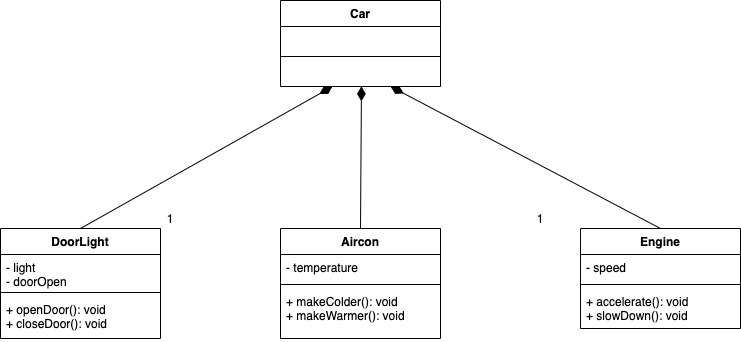
Earlier version of the draw.io export SOLID/S/Single Responsibility Class Diagram.png (smitbmx/Architecture-Diagrams). Source tidied: cells renumbered, new cells last; positions are measured from the earlier drawing's top-left corner, leaving out a move shared by most shapes.
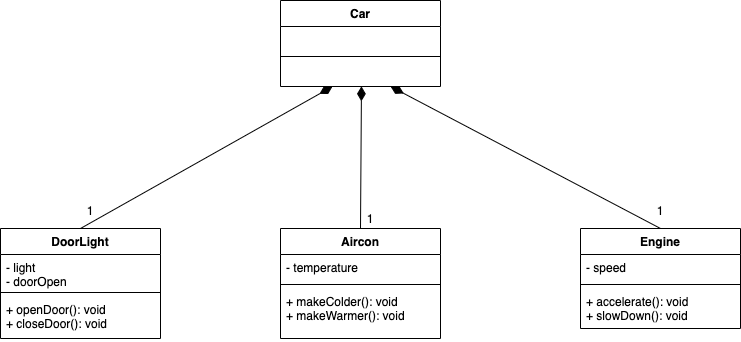
The same diagram one commit later.

Change to the diagram source:
```diff
@@ -45,10 +45,10 @@
       <mxGeometry relative="1" as="geometry" />
     </mxCell>
     <mxCell id="16" value="1" style="text;html=1;strokeColor=none;fillColor=none;align=center;verticalAlign=middle;whiteSpace=wrap;rounded=0;" parent="1" vertex="1">
-      <mxGeometry x="150" y="208" width="40" height="20" as="geometry" />
+      <mxGeometry x="70" y="200" width="40" height="20" as="geometry" />
     </mxCell>
     <mxCell id="17" value="1" style="text;html=1;strokeColor=none;fillColor=none;align=center;verticalAlign=middle;whiteSpace=wrap;rounded=0;" parent="1" vertex="1">
-      <mxGeometry x="520" y="208" width="40" height="20" as="geometry" />
+      <mxGeometry x="640" y="200" width="40" height="20" as="geometry" />
     </mxCell>
     <mxCell id="18" value="Aircon" style="swimlane;fontStyle=1;align=center;verticalAlign=top;horizontal=1;startSize=26;" parent="1" vertex="1">
       <mxGeometry x="280" y="228" width="160" height="110" as="geometry" />
@@ -65,5 +65,8 @@
     <mxCell id="22" style="endArrow=diamondThin;html=1;exitX=0.5;exitY=0;exitDx=0;exitDy=0;entryX=0.506;entryY=0.994;entryDx=0;entryDy=0;entryPerimeter=0;endFill=1;endSize=12;startSize=8;targetPerimeterSpacing=0;" parent="1" edge="1" source="18" target="5">
       <mxGeometry relative="1" as="geometry" />
     </mxCell>
+    <mxCell id="23" value="1" style="text;html=1;strokeColor=none;fillColor=none;align=center;verticalAlign=middle;whiteSpace=wrap;rounded=0;" parent="1" vertex="1">
+      <mxGeometry x="350" y="208" width="40" height="20" as="geometry" />
+    </mxCell>
   </root>
 </mxGraphModel>
```
